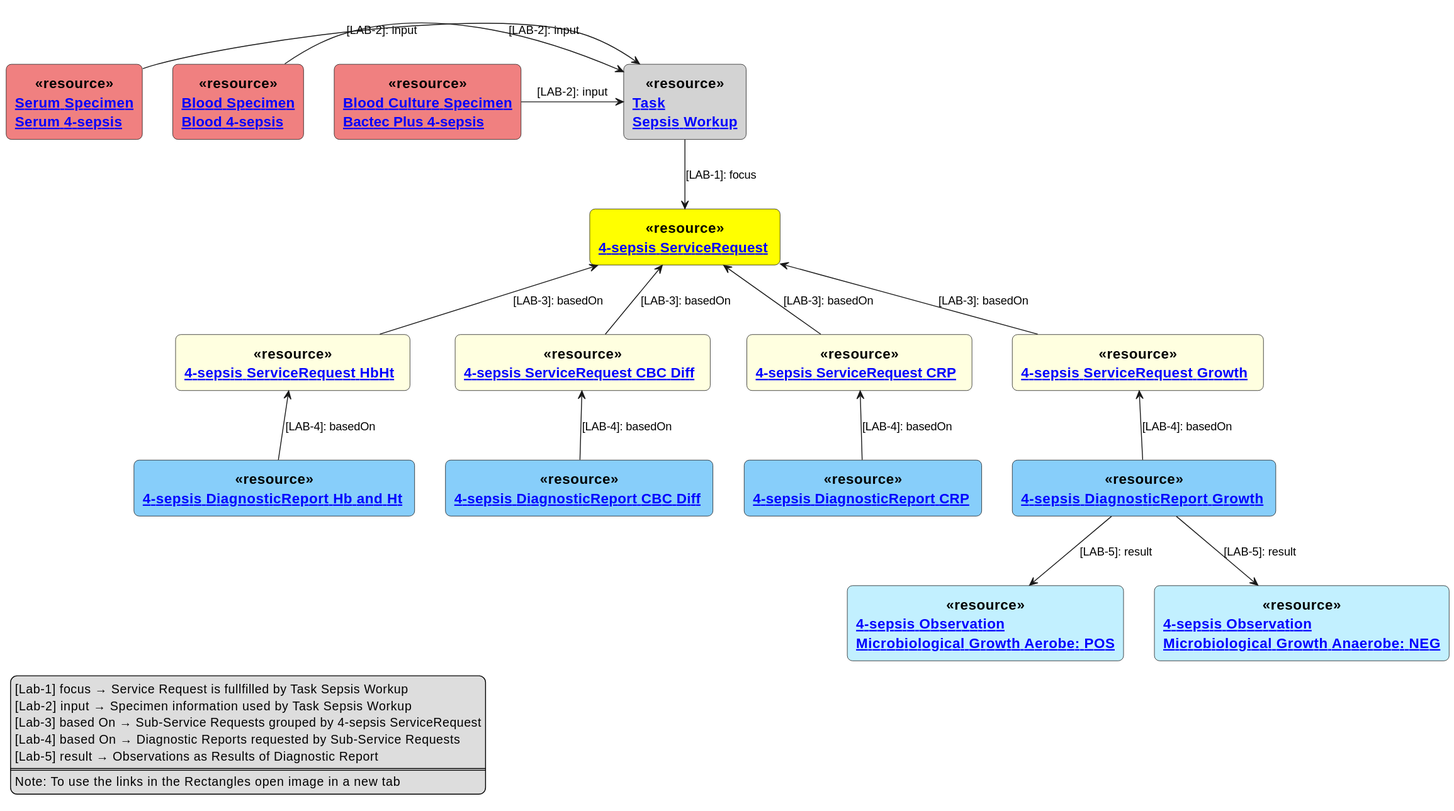
hl7ch/ch-lab-order keeps this PlantUML diagram as input/images/4-sepsis-task.svg. Above is the earlier version.
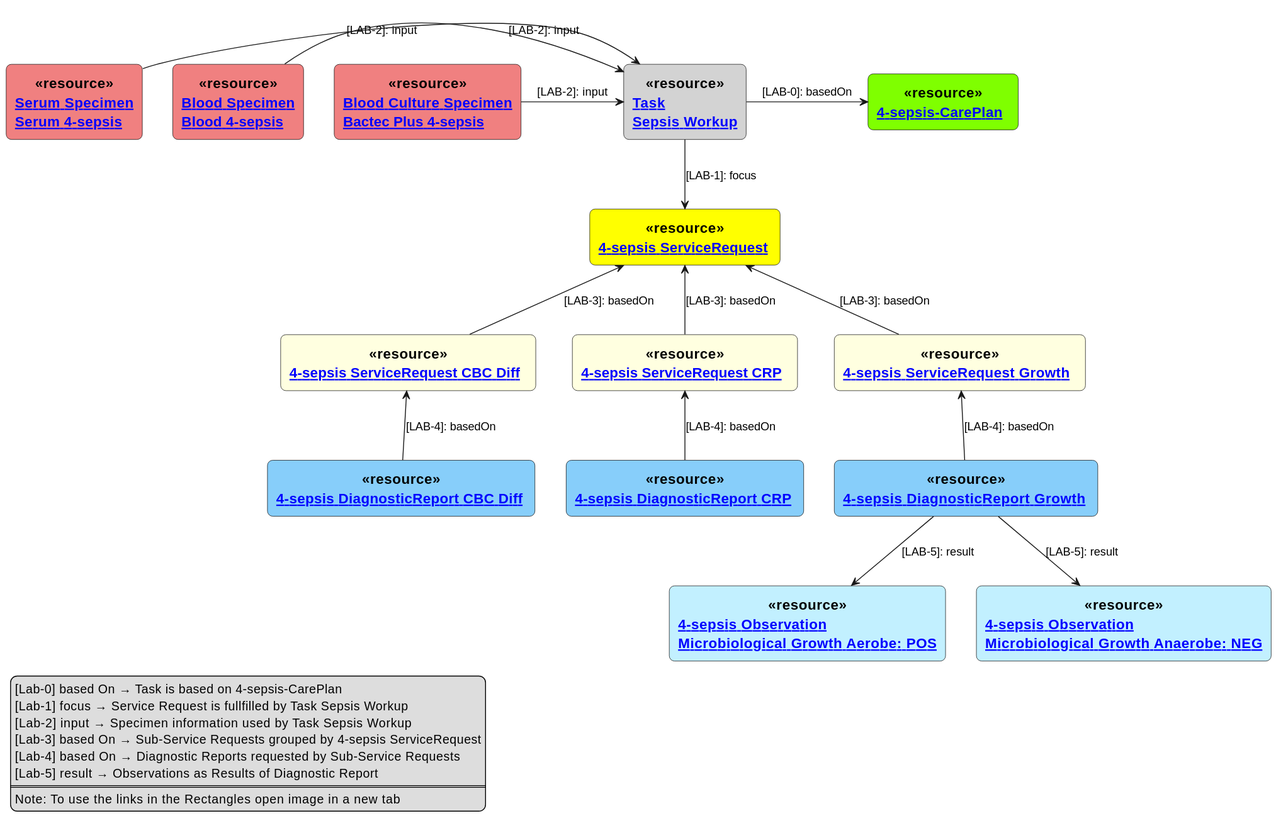
The same file after the commit.

Commit message:
add CarePlan to 2-sepis casestudy

Diff of the diagram source:
```diff
@@ -9,14 +9,13 @@
   FontStyle Bold
 }
 
+rectangle "[[ CarePlan-4-sepsis-CarePlan.html 4-sepsis-CarePlan ]] " as CP <<$bProcess>><<resource>> #Chartreuse
 rectangle "[[ ServiceRequest-4-sepsis-ServiceRequest.html 4-sepsis ServiceRequest]] " as SR <<$bProcess>><<resource>> #Yellow
-rectangle "[[ ServiceRequest-4-sepsis-ServiceRequestHbHt.html 4-sepsis ServiceRequest HbHt ]] " as SRHBHT <<$bProcess>><<resource>> #LightYellow
 rectangle "[[ ServiceRequest-4-sepsis-ServiceRequestCBCDiff.html 4-sepsis ServiceRequest CBC Diff ]] " as SRDIFF <<$bProcess>><<resource>> #LightYellow
 rectangle "[[ ServiceRequest-4-sepsis-ServiceRequestCRP.html 4-sepsis ServiceRequest CRP ]] " as SRCRP <<$bProcess>><<resource>> #LightYellow
 rectangle "[[ ServiceRequest-4-sepsis-ServiceRequestGrowth.html 4-sepsis ServiceRequest Growth ]] " as SRG <<$bProcess>><<resource>> #LightYellow
 
 rectangle "[[ DiagnosticReport-4-sepsis-DiagnosticReportGrowth.html 4-sepsis DiagnosticReport Growth ]]" as DRG <<$bProcess>><<resource>> #LightSkyBlue
-rectangle "[[ DiagnosticReport-4-sepsis-DiagnosticReportHbHt.html 4-sepsis DiagnosticReport Hb and Ht ]]" as DRHBHT <<$bProcess>><<resource>> #LightSkyBlue
 rectangle "[[ DiagnosticReport-4-sepsis-DiagnosticReportCBCDiff.html 4-sepsis DiagnosticReport CBC Diff ]]" as DRDIFF <<$bProcess>><<resource>> #LightSkyBlue
 rectangle "[[ DiagnosticReport-4-sepsis-DiagnosticReportCRP.html 4-sepsis DiagnosticReport CRP ]]" as DRCRP <<$bProcess>><<resource>> #LightSkyBlue
 
@@ -29,22 +28,22 @@
 rectangle "[[ Specimen-Serum-4-sepsis.html Serum Specimen\nSerum 4-sepsis]]" as SS <<$bProcess>><<resource>> #LightCoral
 
 SR <-down- SRG : [LAB-3]: basedOn
-SR <-down- SRHBHT : [LAB-3]: basedOn
 SR <-down- SRDIFF : [LAB-3]: basedOn
 SR <-down- SRCRP : [LAB-3]: basedOn
 SRG <-down- DRG : [LAB-4]: basedOn
-SRHBHT <-down- DRHBHT : [LAB-4]: basedOn
 SRDIFF <-down- DRDIFF : [LAB-4]: basedOn
 SRCRP <-down- DRCRP : [LAB-4]: basedOn
 DRG -down-> OMA : [LAB-5]: result
 DRG -down-> OMANA : [LAB-5]: result
 
 SR <-up- T1 : [LAB-1]: focus
+CP <-left- T1 : [LAB-0]: basedOn
 T1 <-left- BBS : [LAB-2]: input
 T1 <-left- BS : [LAB-2]: input
 T1 <-left- SS : [LAB-2]: input
 
 legend left
+[Lab-0] based On → Task is based on 4-sepsis-CarePlan
 [Lab-1] focus → Service Request is fullfilled by Task Sepsis Workup
 [Lab-2] input → Specimen information used by Task Sepsis Workup
 [Lab-3] based On → Sub-Service Requests grouped by 4-sepsis ServiceRequest
```
